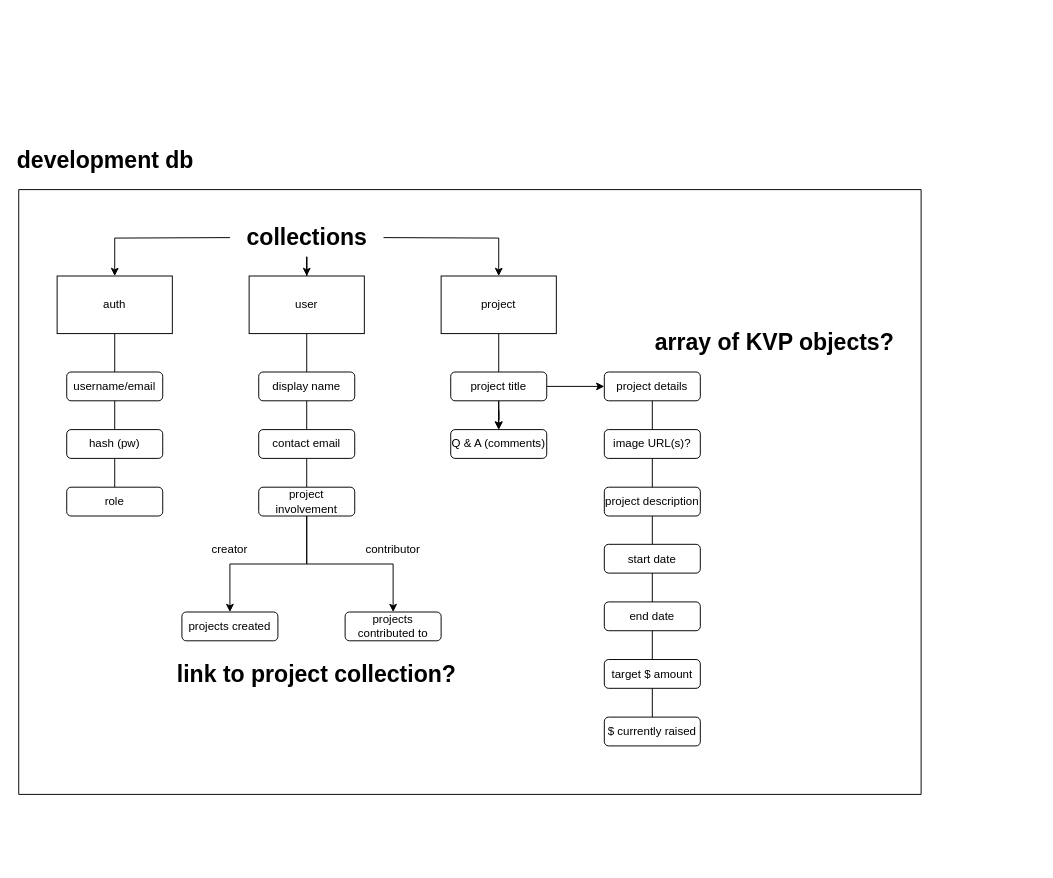
Earlier version of the draw.io diagram page "Data Structure" (3 of 4) of SingStarter_Wireframes.drawio (p-at-rick-sg/Singstarter-React). Source tidied: cells renumbered, new cells numbered last; positions are measured from the earlier drawing's top-left corner, leaving out a move shared by most shapes. Both pictures are drawn from the tidied source at 96%, with x=0, y=0 at pixel (18, 141).
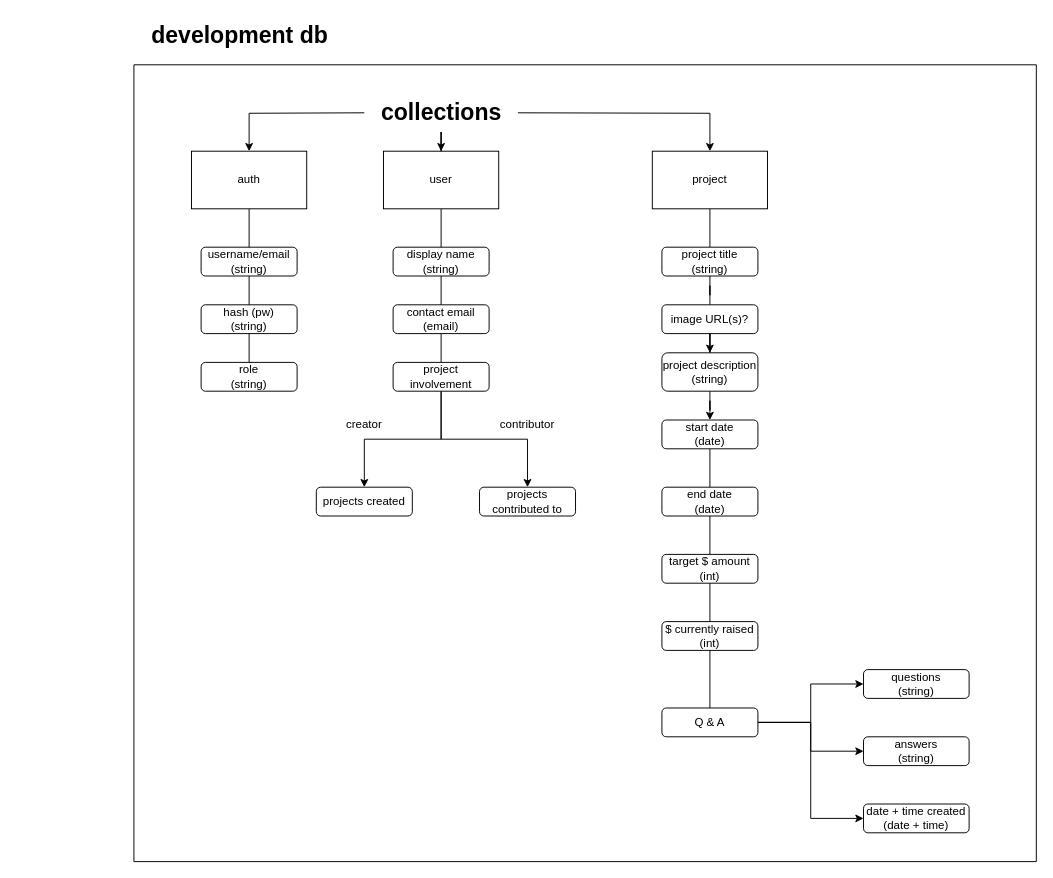
The same page after the edit.

Change to the diagram source:
```diff
@@
-    <mxCell id="2" style="group;" parent="1" vertex="1">
-      <mxGeometry width="940" height="680" as="geometry" />
-    </mxCell>
-    <mxCell id="3" style="swimlane;startSize=0;" parent="2" vertex="1">
-      <mxGeometry y="50" width="940" height="630" as="geometry" />
+    <mxCell id="3" style="swimlane;startSize=0;" parent="1" vertex="1">
+      <mxGeometry x="120" y="-80" width="940" height="830" as="geometry" />
     </mxCell>
+    <mxCell id="41" style="edgeStyle=orthogonalEdgeStyle;rounded=0;jettySize=auto;html=1;startArrow=none;startFill=0;endArrow=none;endFill=0;" parent="3" edge="1" source="30" target="31">
+      <mxGeometry relative="1" as="geometry" />
+    </mxCell>
+    <mxCell id="42" style="edgeStyle=orthogonalEdgeStyle;rounded=0;jettySize=auto;html=1;entryX=0;entryY=0.5;entryDx=0;entryDy=0;" parent="3" edge="1" source="33" target="50">
+      <mxGeometry relative="1" as="geometry" />
+    </mxCell>
+    <mxCell id="43" style="edgeStyle=orthogonalEdgeStyle;rounded=0;jettySize=auto;html=1;entryX=0;entryY=0.5;entryDx=0;entryDy=0;" parent="3" edge="1" source="33" target="51">
+      <mxGeometry relative="1" as="geometry" />
+    </mxCell>
+    <mxCell id="33" value="Q &amp;amp; A" style="rounded=1;whiteSpace=wrap;html=1;" parent="3" vertex="1">
+      <mxGeometry x="550" y="670" width="100" height="30" as="geometry" />
+    </mxCell>
+    <mxCell id="44" style="edgeStyle=orthogonalEdgeStyle;rounded=0;jettySize=auto;html=1;endArrow=none;endFill=0;" parent="3" edge="1" source="9" target="30">
+      <mxGeometry relative="1" as="geometry" />
+    </mxCell>
+    <mxCell id="9" value="&lt;div&gt;project&lt;/div&gt;" style="rounded=0;whiteSpace=wrap;html=1;" parent="3" vertex="1">
+      <mxGeometry x="540" y="90" width="120" height="60" as="geometry" />
+    </mxCell>
+    <mxCell id="18" style="edgeStyle=orthogonalEdgeStyle;rounded=0;jettySize=auto;html=1;entryX=0.5;entryY=0;entryDx=0;entryDy=0;endArrow=none;endFill=0;" parent="3" edge="1" source="20" target="23">
+      <mxGeometry relative="1" as="geometry" />
+    </mxCell>
+    <mxCell id="21" value="&lt;div&gt;end date&lt;/div&gt;&lt;div&gt;(date)&lt;/div&gt;" style="rounded=1;whiteSpace=wrap;html=1;" parent="3" vertex="1">
+      <mxGeometry x="550" y="440" width="100" height="30" as="geometry" />
+    </mxCell>
+    <mxCell id="22" value="&lt;div&gt;target $ amount&lt;/div&gt;&lt;div&gt;(int)&lt;br&gt;&lt;/div&gt;" style="rounded=1;whiteSpace=wrap;html=1;" parent="3" vertex="1">
+      <mxGeometry x="550" y="510" width="100" height="30" as="geometry" />
+    </mxCell>
+    <mxCell id="45" style="edgeStyle=orthogonalEdgeStyle;rounded=0;jettySize=auto;html=1;endArrow=none;endFill=0;" parent="3" edge="1" source="23" target="33">
+      <mxGeometry relative="1" as="geometry" />
+    </mxCell>
+    <mxCell id="23" value="&lt;div&gt;$ currently raised&lt;/div&gt;&lt;div&gt;(int)&lt;br&gt;&lt;/div&gt;" style="rounded=1;whiteSpace=wrap;html=1;" parent="3" vertex="1">
+      <mxGeometry x="550" y="580" width="100" height="30" as="geometry" />
+    </mxCell>
+    <mxCell id="46" style="edgeStyle=orthogonalEdgeStyle;rounded=0;jettySize=auto;html=1;entryX=0.5;entryY=0;entryDx=0;entryDy=0;" parent="3" edge="1" source="31" target="32">
+      <mxGeometry relative="1" as="geometry" />
+    </mxCell>
+    <mxCell id="31" value="image URL(s)?" style="rounded=1;whiteSpace=wrap;html=1;" parent="3" vertex="1">
+      <mxGeometry x="550" y="250" width="100" height="30" as="geometry" />
+    </mxCell>
+    <mxCell id="47" style="edgeStyle=orthogonalEdgeStyle;rounded=0;jettySize=auto;html=1;" parent="3" edge="1" source="32" target="20">
+      <mxGeometry relative="1" as="geometry" />
+    </mxCell>
+    <mxCell id="32" value="&lt;div&gt;project description&lt;/div&gt;&lt;div&gt;(string)&lt;br&gt;&lt;/div&gt;" style="rounded=1;whiteSpace=wrap;html=1;" parent="3" vertex="1">
+      <mxGeometry x="550" y="300" width="100" height="40" as="geometry" />
+    </mxCell>
+    <mxCell id="30" value="&lt;div&gt;project title&lt;/div&gt;&lt;div&gt;(string)&lt;br&gt;&lt;/div&gt;" style="rounded=1;whiteSpace=wrap;html=1;" parent="3" vertex="1">
+      <mxGeometry x="550" y="190" width="100" height="30" as="geometry" />
+    </mxCell>
+    <mxCell id="48" value="&lt;div&gt;questions&lt;/div&gt;&lt;div&gt;(string)&lt;/div&gt;" style="whiteSpace=wrap;html=1;rounded=1;" parent="3" vertex="1">
+      <mxGeometry x="760" y="630" width="110" height="30" as="geometry" />
+    </mxCell>
+    <mxCell id="49" style="edgeStyle=orthogonalEdgeStyle;rounded=0;jettySize=auto;html=1;entryX=0;entryY=0.5;entryDx=0;entryDy=0;" parent="3" edge="1" source="33" target="48">
+      <mxGeometry relative="1" as="geometry" />
+    </mxCell>
+    <mxCell id="50" value="&lt;div&gt;answers&lt;/div&gt;&lt;div&gt;(string)&lt;br&gt;&lt;/div&gt;" style="whiteSpace=wrap;html=1;rounded=1;" parent="3" vertex="1">
+      <mxGeometry x="760" y="700" width="110" height="30" as="geometry" />
+    </mxCell>
+    <mxCell id="20" value="&lt;div&gt;start date&lt;/div&gt;&lt;div&gt;(date)&lt;br&gt;&lt;/div&gt;" style="rounded=1;whiteSpace=wrap;html=1;" parent="3" vertex="1">
+      <mxGeometry x="550" y="370" width="100" height="30" as="geometry" />
+    </mxCell>
+    <mxCell id="51" value="&lt;div&gt;date + time created&lt;/div&gt;&lt;div&gt;(date + time)&lt;br&gt;&lt;/div&gt;" style="whiteSpace=wrap;html=1;rounded=1;" parent="3" vertex="1">
+      <mxGeometry x="760" y="770" width="110" height="30" as="geometry" />
+    </mxCell>
+    <mxCell id="40" value="development db" style="text;strokeColor=none;fillColor=none;html=1;fontSize=24;fontStyle=1;verticalAlign=middle;align=center;" parent="1" vertex="1">
+      <mxGeometry x="180" y="-130" width="100" height="40" as="geometry" />
+    </mxCell>
-    <mxCell id="4" style="edgeStyle=orthogonalEdgeStyle;rounded=0;jettySize=auto;html=1;entryX=0.5;entryY=0;entryDx=0;entryDy=0;endArrow=none;endFill=0;" parent="3" edge="1" source="5" target="12">
+    <mxCell id="4" style="edgeStyle=orthogonalEdgeStyle;rounded=0;jettySize=auto;html=1;entryX=0.5;entryY=0;entryDx=0;entryDy=0;endArrow=none;endFill=0;" parent="1" edge="1" source="5" target="12">
       <mxGeometry relative="1" as="geometry" />
     </mxCell>
-    <mxCell id="5" value="auth" style="rounded=0;whiteSpace=wrap;html=1;" parent="3" vertex="1">
-      <mxGeometry x="40" y="90" width="120" height="60" as="geometry" />
+    <mxCell id="5" value="auth" style="rounded=0;whiteSpace=wrap;html=1;" parent="1" vertex="1">
+      <mxGeometry x="180" y="10" width="120" height="60" as="geometry" />
     </mxCell>
-    <mxCell id="6" style="edgeStyle=orthogonalEdgeStyle;rounded=0;jettySize=auto;html=1;entryX=0.5;entryY=0;entryDx=0;entryDy=0;endArrow=none;endFill=0;" parent="3" edge="1" source="7" target="17">
+    <mxCell id="6" style="edgeStyle=orthogonalEdgeStyle;rounded=0;jettySize=auto;html=1;entryX=0.5;entryY=0;entryDx=0;entryDy=0;endArrow=none;endFill=0;" parent="1" edge="1" source="7" target="17">
       <mxGeometry relative="1" as="geometry" />
     </mxCell>
-    <mxCell id="7" value="user" style="rounded=0;whiteSpace=wrap;html=1;" parent="3" vertex="1">
-      <mxGeometry x="240" y="90" width="120" height="60" as="geometry" />
+    <mxCell id="7" value="user" style="rounded=0;whiteSpace=wrap;html=1;" parent="1" vertex="1">
+      <mxGeometry x="380" y="10" width="120" height="60" as="geometry" />
     </mxCell>
-    <mxCell id="8" style="edgeStyle=orthogonalEdgeStyle;rounded=0;jettySize=auto;html=1;" parent="3" edge="1" source="9" target="33">
-      <mxGeometry relative="1" as="geometry" />
-    </mxCell>
-    <mxCell id="9" value="&lt;div&gt;project&lt;/div&gt;" style="rounded=0;whiteSpace=wrap;html=1;" parent="3" vertex="1">
-      <mxGeometry x="440" y="90" width="120" height="60" as="geometry" />
-    </mxCell>
-    <mxCell id="10" value="username/email" style="rounded=1;whiteSpace=wrap;html=1;" parent="3" vertex="1">
-      <mxGeometry x="50" y="190" width="100" height="30" as="geometry" />
+    <mxCell id="10" value="&lt;div&gt;username/email&lt;/div&gt;&lt;div&gt;(string)&lt;/div&gt;" style="rounded=1;whiteSpace=wrap;html=1;" parent="1" vertex="1">
+      <mxGeometry x="190" y="110" width="100" height="30" as="geometry" />
     </mxCell>
-    <mxCell id="11" value="hash (pw)" style="rounded=1;whiteSpace=wrap;html=1;" parent="3" vertex="1">
-      <mxGeometry x="50" y="250" width="100" height="30" as="geometry" />
+    <mxCell id="11" value="&lt;div&gt;hash (pw)&lt;/div&gt;&lt;div&gt;(string)&lt;br&gt;&lt;/div&gt;" style="rounded=1;whiteSpace=wrap;html=1;" parent="1" vertex="1">
+      <mxGeometry x="190" y="170" width="100" height="30" as="geometry" />
     </mxCell>
-    <mxCell id="12" value="role" style="rounded=1;whiteSpace=wrap;html=1;" parent="3" vertex="1">
-      <mxGeometry x="50" y="310" width="100" height="30" as="geometry" />
+    <mxCell id="12" value="&lt;div&gt;role&lt;/div&gt;&lt;div&gt;(string)&lt;br&gt;&lt;/div&gt;" style="rounded=1;whiteSpace=wrap;html=1;" parent="1" vertex="1">
+      <mxGeometry x="190" y="230" width="100" height="30" as="geometry" />
     </mxCell>
-    <mxCell id="13" value="display name" style="rounded=1;whiteSpace=wrap;html=1;" parent="3" vertex="1">
-      <mxGeometry x="250" y="190" width="100" height="30" as="geometry" />
+    <mxCell id="13" value="&lt;div&gt;display name&lt;/div&gt;&lt;div&gt;(string)&lt;br&gt;&lt;/div&gt;" style="rounded=1;whiteSpace=wrap;html=1;" parent="1" vertex="1">
+      <mxGeometry x="390" y="110" width="100" height="30" as="geometry" />
     </mxCell>
-    <mxCell id="14" value="contact email" style="rounded=1;whiteSpace=wrap;html=1;" parent="3" vertex="1">
-      <mxGeometry x="250" y="250" width="100" height="30" as="geometry" />
+    <mxCell id="14" value="&lt;div&gt;contact email&lt;/div&gt;&lt;div&gt;(email)&lt;br&gt;&lt;/div&gt;" style="rounded=1;whiteSpace=wrap;html=1;" parent="1" vertex="1">
+      <mxGeometry x="390" y="170" width="100" height="30" as="geometry" />
     </mxCell>
-    <mxCell id="15" style="edgeStyle=orthogonalEdgeStyle;rounded=0;jettySize=auto;html=1;entryX=0.5;entryY=0;entryDx=0;entryDy=0;" parent="3" edge="1" source="17" target="34">
+    <mxCell id="15" style="edgeStyle=orthogonalEdgeStyle;rounded=0;jettySize=auto;html=1;entryX=0.5;entryY=0;entryDx=0;entryDy=0;" parent="1" edge="1" source="17" target="34">
       <mxGeometry relative="1" as="geometry" />
     </mxCell>
-    <mxCell id="16" style="edgeStyle=orthogonalEdgeStyle;rounded=0;jettySize=auto;html=1;entryX=0.5;entryY=0;entryDx=0;entryDy=0;" parent="3" edge="1" source="17" target="35">
+    <mxCell id="16" style="edgeStyle=orthogonalEdgeStyle;rounded=0;jettySize=auto;html=1;entryX=0.5;entryY=0;entryDx=0;entryDy=0;" parent="1" edge="1" source="17" target="35">
       <mxGeometry relative="1" as="geometry" />
     </mxCell>
-    <mxCell id="17" value="project involvement" style="rounded=1;whiteSpace=wrap;html=1;" parent="3" vertex="1">
-      <mxGeometry x="250" y="310" width="100" height="30" as="geometry" />
+    <mxCell id="17" value="project involvement" style="rounded=1;whiteSpace=wrap;html=1;" parent="1" vertex="1">
+      <mxGeometry x="390" y="230" width="100" height="30" as="geometry" />
     </mxCell>
-    <mxCell id="18" style="edgeStyle=orthogonalEdgeStyle;rounded=0;jettySize=auto;html=1;entryX=0.5;entryY=0;entryDx=0;entryDy=0;endArrow=none;endFill=0;" parent="3" edge="1" source="19" target="23">
-      <mxGeometry relative="1" as="geometry" />
-    </mxCell>
-    <mxCell id="19" value="project details" style="rounded=1;whiteSpace=wrap;html=1;" parent="3" vertex="1">
-      <mxGeometry x="610" y="190" width="100" height="30" as="geometry" />
-    </mxCell>
-    <mxCell id="20" value="start date" style="rounded=1;whiteSpace=wrap;html=1;" parent="3" vertex="1">
-      <mxGeometry x="610" y="369.5" width="100" height="30" as="geometry" />
-    </mxCell>
-    <mxCell id="21" value="end date" style="rounded=1;whiteSpace=wrap;html=1;" parent="3" vertex="1">
-      <mxGeometry x="610" y="429.5" width="100" height="30" as="geometry" />
-    </mxCell>
-    <mxCell id="22" value="target $ amount" style="rounded=1;whiteSpace=wrap;html=1;" parent="3" vertex="1">
-      <mxGeometry x="610" y="489.5" width="100" height="30" as="geometry" />
-    </mxCell>
-    <mxCell id="23" value="$ currently raised" style="rounded=1;whiteSpace=wrap;html=1;" parent="3" vertex="1">
-      <mxGeometry x="610" y="549.5" width="100" height="30" as="geometry" />
-    </mxCell>
-    <mxCell id="24" style="edgeStyle=orthogonalEdgeStyle;rounded=0;jettySize=auto;html=1;" parent="3" edge="1" source="27" target="7">
+    <mxCell id="24" style="edgeStyle=orthogonalEdgeStyle;rounded=0;jettySize=auto;html=1;" parent="1" edge="1" source="27" target="7">
       <mxGeometry relative="1" as="geometry" />
     </mxCell>
-    <mxCell id="25" style="edgeStyle=orthogonalEdgeStyle;rounded=0;jettySize=auto;html=1;entryX=0.5;entryY=0;entryDx=0;entryDy=0;" parent="3" edge="1" target="9">
+    <mxCell id="25" style="edgeStyle=orthogonalEdgeStyle;rounded=0;jettySize=auto;html=1;entryX=0.5;entryY=0;entryDx=0;entryDy=0;" parent="1" edge="1" target="9">
       <mxGeometry relative="1" as="geometry">
-        <mxPoint x="380" y="50" as="sourcePoint" />
+        <mxPoint x="520" y="-30" as="sourcePoint" />
       </mxGeometry>
     </mxCell>
-    <mxCell id="26" style="edgeStyle=orthogonalEdgeStyle;rounded=0;jettySize=auto;html=1;entryX=0.5;entryY=0;entryDx=0;entryDy=0;" parent="3" edge="1" target="5">
+    <mxCell id="26" style="edgeStyle=orthogonalEdgeStyle;rounded=0;jettySize=auto;html=1;entryX=0.5;entryY=0;entryDx=0;entryDy=0;" parent="1" edge="1" target="5">
       <mxGeometry relative="1" as="geometry">
-        <mxPoint x="220" y="50" as="sourcePoint" />
+        <mxPoint x="360" y="-30" as="sourcePoint" />
       </mxGeometry>
     </mxCell>
-    <mxCell id="27" value="collections" style="text;strokeColor=none;fillColor=none;html=1;fontSize=24;fontStyle=1;verticalAlign=middle;align=center;" parent="3" vertex="1">
-      <mxGeometry x="250" y="30" width="100" height="40" as="geometry" />
+    <mxCell id="27" value="collections" style="text;strokeColor=none;fillColor=none;html=1;fontSize=24;fontStyle=1;verticalAlign=middle;align=center;" parent="1" vertex="1">
+      <mxGeometry x="390" y="-50" width="100" height="40" as="geometry" />
     </mxCell>
-    <mxCell id="28" style="edgeStyle=orthogonalEdgeStyle;rounded=0;jettySize=auto;html=1;" parent="3" edge="1" source="30" target="19">
-      <mxGeometry relative="1" as="geometry" />
-    </mxCell>
-    <mxCell id="29" style="edgeStyle=orthogonalEdgeStyle;rounded=0;jettySize=auto;html=1;" parent="3" edge="1" source="30" target="33">
-      <mxGeometry relative="1" as="geometry" />
-    </mxCell>
-    <mxCell id="30" value="project title" style="rounded=1;whiteSpace=wrap;html=1;" parent="3" vertex="1">
-      <mxGeometry x="450" y="190" width="100" height="30" as="geometry" />
-    </mxCell>
-    <mxCell id="31" value="image URL(s)?" style="rounded=1;whiteSpace=wrap;html=1;" parent="3" vertex="1">
-      <mxGeometry x="610" y="250" width="100" height="30" as="geometry" />
-    </mxCell>
-    <mxCell id="32" value="project description" style="rounded=1;whiteSpace=wrap;html=1;" parent="3" vertex="1">
-      <mxGeometry x="610" y="310" width="100" height="30" as="geometry" />
-    </mxCell>
-    <mxCell id="33" value="Q &amp;amp; A (comments)" style="rounded=1;whiteSpace=wrap;html=1;" parent="3" vertex="1">
-      <mxGeometry x="450" y="250" width="100" height="30" as="geometry" />
-    </mxCell>
-    <mxCell id="34" value="projects created" style="rounded=1;whiteSpace=wrap;html=1;" parent="3" vertex="1">
-      <mxGeometry x="170" y="440" width="100" height="30" as="geometry" />
+    <mxCell id="34" value="projects created" style="rounded=1;whiteSpace=wrap;html=1;" parent="1" vertex="1">
+      <mxGeometry x="310" y="360" width="100" height="30" as="geometry" />
     </mxCell>
-    <mxCell id="35" value="projects contributed to" style="rounded=1;whiteSpace=wrap;html=1;" parent="3" vertex="1">
-      <mxGeometry x="340" y="440" width="100" height="30" as="geometry" />
+    <mxCell id="35" value="projects contributed to" style="rounded=1;whiteSpace=wrap;html=1;" parent="1" vertex="1">
+      <mxGeometry x="480" y="360" width="100" height="30" as="geometry" />
     </mxCell>
-    <mxCell id="36" value="creator" style="text;html=1;align=center;verticalAlign=middle;whiteSpace=wrap;rounded=0;" parent="3" vertex="1">
-      <mxGeometry x="190" y="360" width="60" height="30" as="geometry" />
+    <mxCell id="36" value="creator" style="text;html=1;align=center;verticalAlign=middle;whiteSpace=wrap;rounded=0;" parent="1" vertex="1">
+      <mxGeometry x="330" y="280" width="60" height="30" as="geometry" />
     </mxCell>
-    <mxCell id="37" value="contributor" style="text;html=1;align=center;verticalAlign=middle;whiteSpace=wrap;rounded=0;" parent="3" vertex="1">
-      <mxGeometry x="360" y="360" width="60" height="30" as="geometry" />
+    <mxCell id="37" value="contributor" style="text;html=1;align=center;verticalAlign=middle;whiteSpace=wrap;rounded=0;" parent="1" vertex="1">
+      <mxGeometry x="500" y="280" width="60" height="30" as="geometry" />
     </mxCell>
-    <mxCell id="38" value="array of KVP objects?" style="text;strokeColor=none;fillColor=none;html=1;fontSize=24;fontStyle=1;verticalAlign=middle;align=center;" parent="3" vertex="1">
-      <mxGeometry x="737" y="140" width="100" height="40" as="geometry" />
-    </mxCell>
-    <mxCell id="39" value="link to project collection?" style="text;strokeColor=none;fillColor=none;html=1;fontSize=24;fontStyle=1;verticalAlign=middle;align=center;" parent="3" vertex="1">
-      <mxGeometry x="260" y="484.5" width="100" height="40" as="geometry" />
-    </mxCell>
-    <mxCell id="40" value="development db" style="text;strokeColor=none;fillColor=none;html=1;fontSize=24;fontStyle=1;verticalAlign=middle;align=center;" parent="2" vertex="1">
-      <mxGeometry x="40" width="100" height="40" as="geometry" />
-    </mxCell>
```
